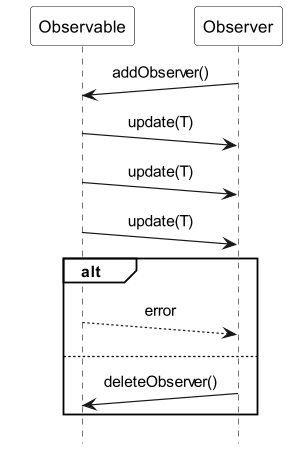
Before: images/Observer.png, a diagram exported from PlantUML (ti-cortex-m4/demo-java-reactive-streams-old).
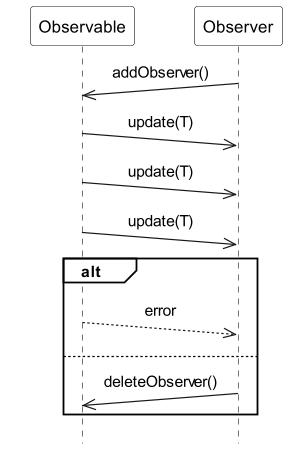
Later version of the same file.

Change to the diagram source:
```diff
@@ -1,21 +1,21 @@
 @startuml
-!include sequence_header.iuml
+!include sequence_diagram_header.iuml
 
 skinparam participantPadding 20
 
 participant Observable
 participant Observer
 
-Observer ->(10) Observable : addObserver()
+Observer ->>(10) Observable : addObserver()
 
-Observable ->(10) Observer : update(T)
-Observable ->(10) Observer : update(T)
-Observable ->(10) Observer : update(T)
+Observable ->>(10) Observer : update(T)
+Observable ->>(10) Observer : update(T)
+Observable ->>(10) Observer : update(T)
 
 alt
-    Observable -->(10) Observer : error
+    Observable -->>(10) Observer : error
 else
-    Observer ->(10) Observable : deleteObserver()
+    Observer ->>(10) Observable : deleteObserver()
 end
 
 @enduml
```
